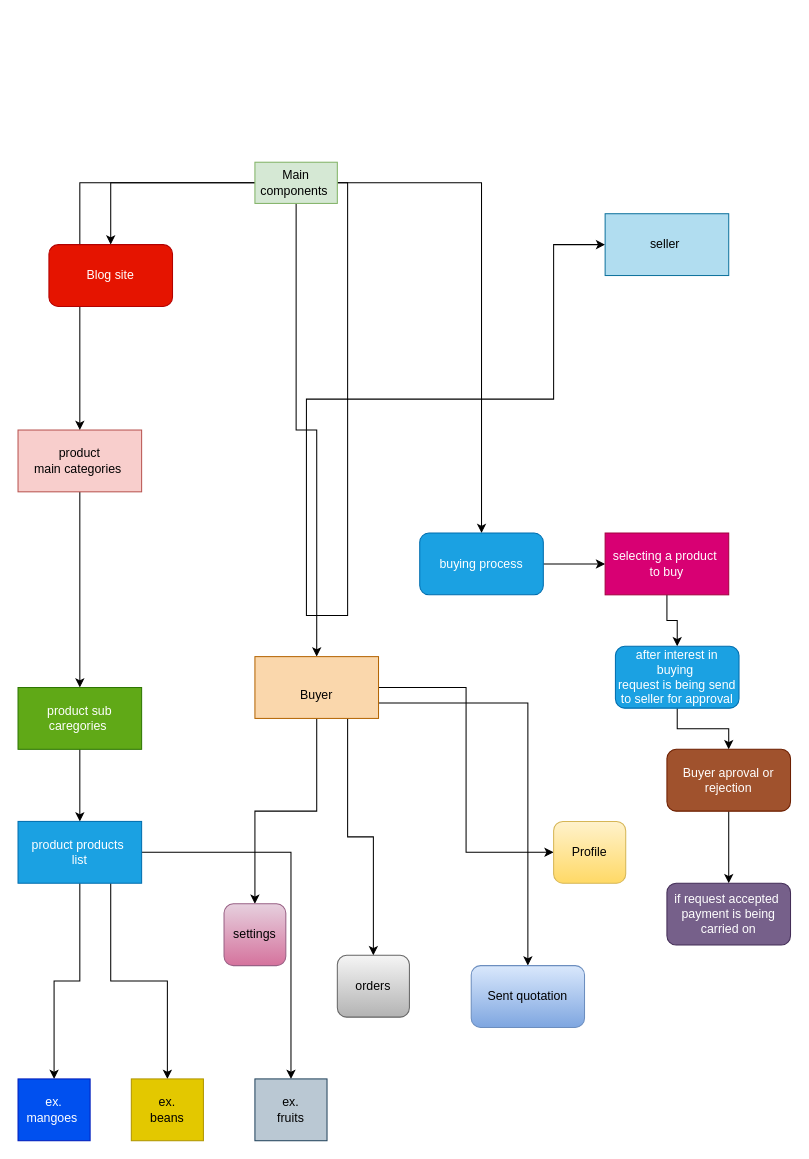
Before: Untitled Diagram.drawio in bashiru98/quick-file, a draw.io diagram. Source tidied: cells renumbered, new cells numbered last; positions are measured from the earlier drawing's top-left corner, leaving out a move shared by most shapes. Both pictures are drawn from the tidied source at 103%, with x=0, y=0 at pixel (18, 162).
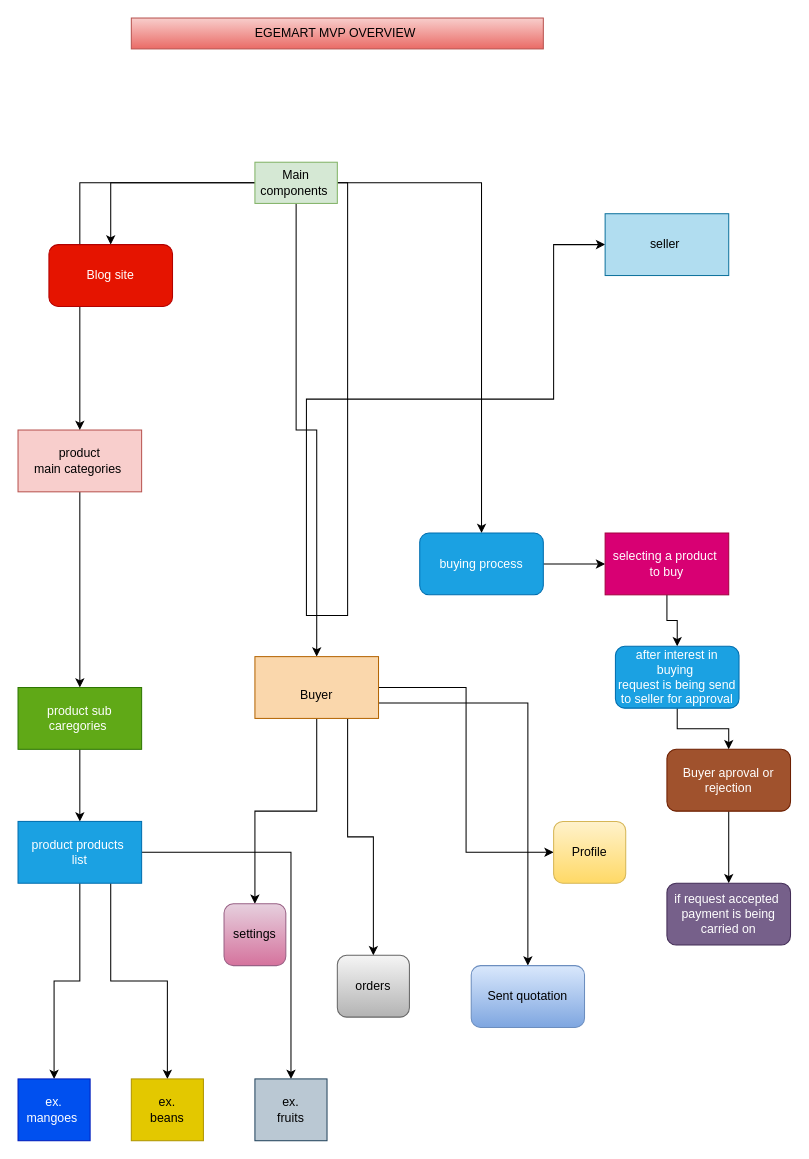
After the change.

The edit, as a diff of the source:
```diff
@@
+    <mxCell id="39" value="EGEMART MVP OVERVIEW&amp;nbsp;&lt;br&gt;" style="text;html=1;strokeColor=#b85450;fillColor=#f8cecc;align=center;verticalAlign=middle;whiteSpace=wrap;rounded=0;gradientColor=#ea6b66;" parent="1" vertex="1">
+      <mxGeometry x="110" y="-140" width="400" height="30" as="geometry" />
+    </mxCell>
```
